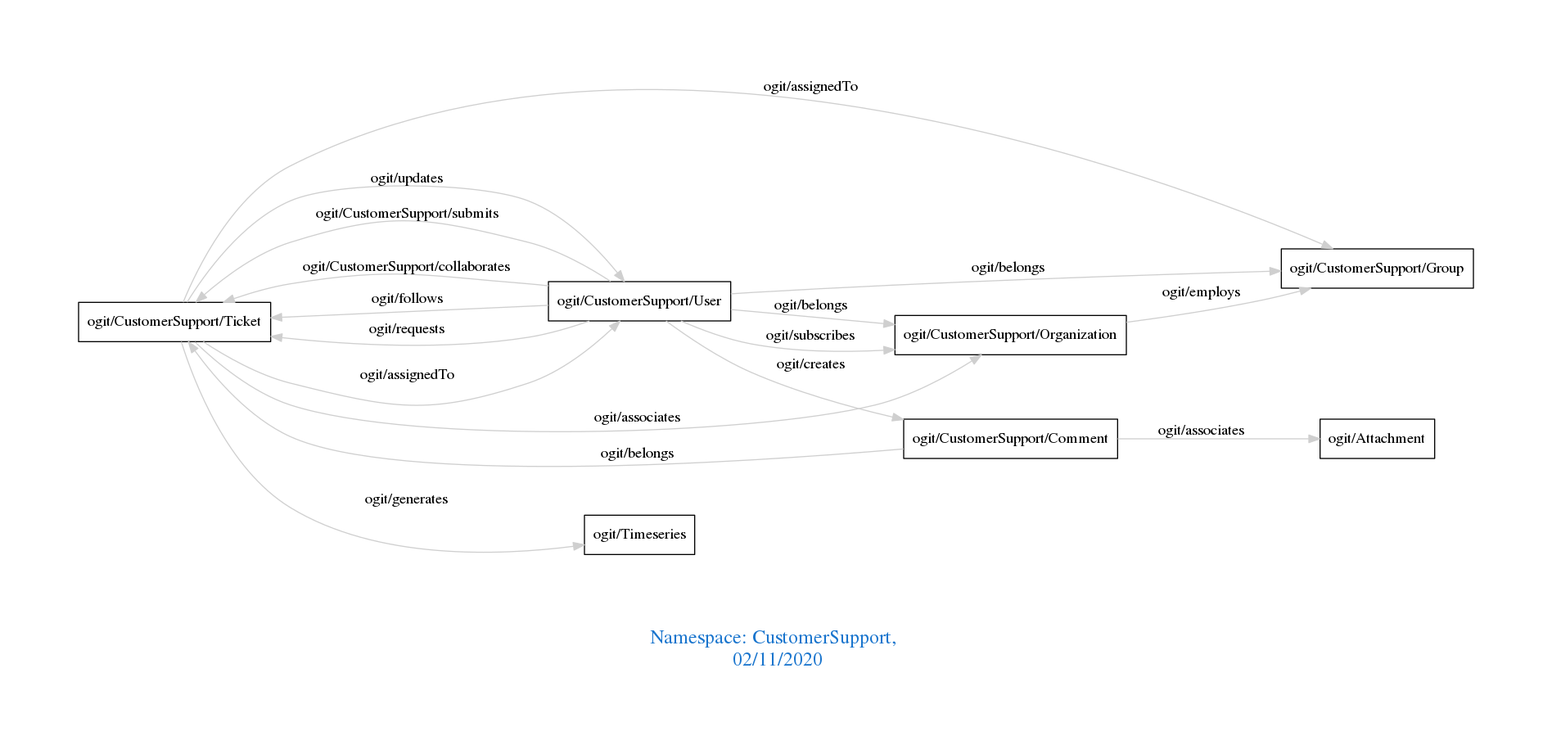
Earlier version of the Graphviz export downloads/CustomerSupport.png (arago/OGIT). Its source is kept beside it as downloads/CustomerSupport.dot.
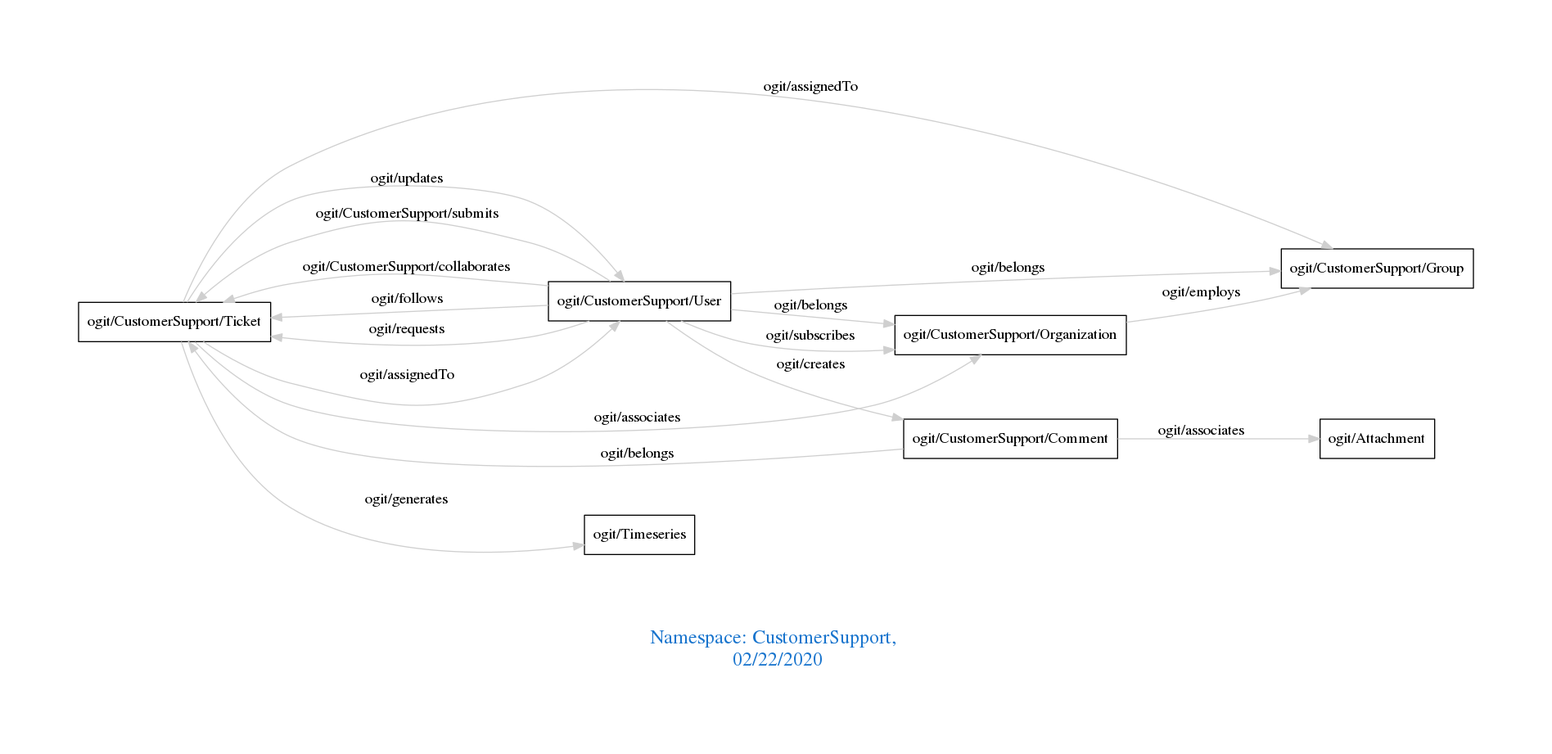
Above is the later version.

What changed in the source:
```diff
@@ -1,7 +1,7 @@
 digraph OGIT_ontology {
  graph [ rankdir= LR,pad=1
 fontsize = 18,
-fontcolor= dodgerblue3,label = "\n\n\nNamespace: CustomerSupport, \n 02/11/2020"];
+fontcolor= dodgerblue3,label = "\n\n\nNamespace: CustomerSupport, \n 02/22/2020"];
 node[shape=polygon];
 edge [  color="gray81"];
 
```
